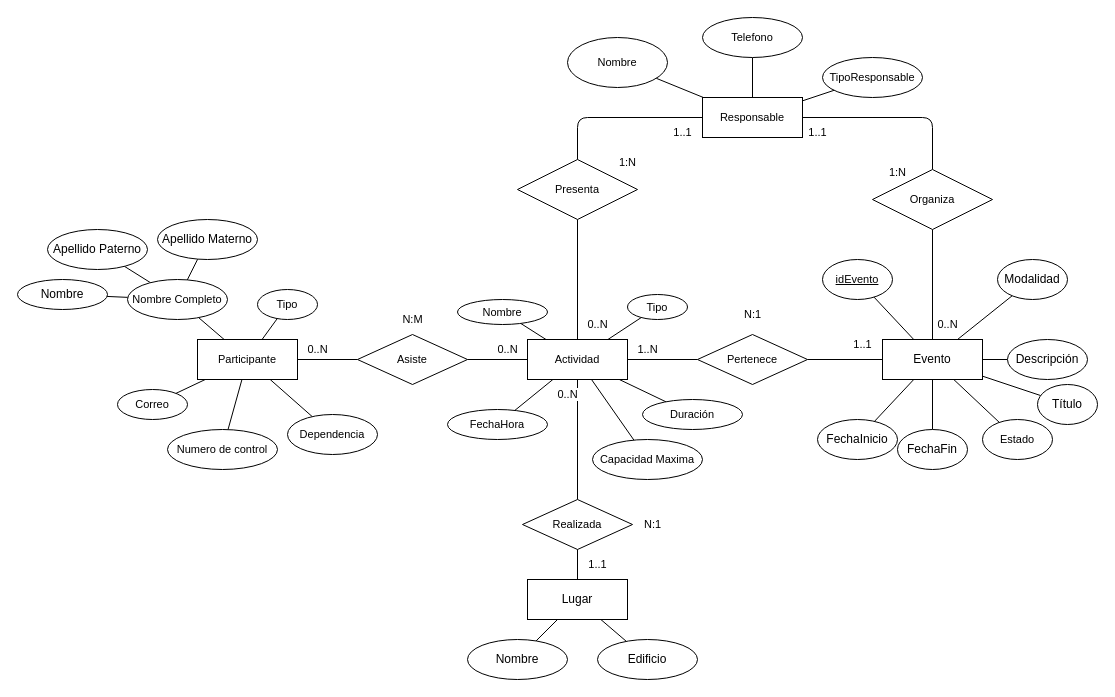
Earlier version of the draw.io diagram Diagramas_Entregables/Modelo E-R.drawio (JoseAguilar05/Proyecto-2-BDA). Source tidied: cells renumbered, new cells numbered last; positions are measured from the earlier drawing's top-left corner, leaving out a move shared by most shapes. Both pictures are drawn from the tidied source at 100%, with x=0, y=0 at pixel (17, 17).
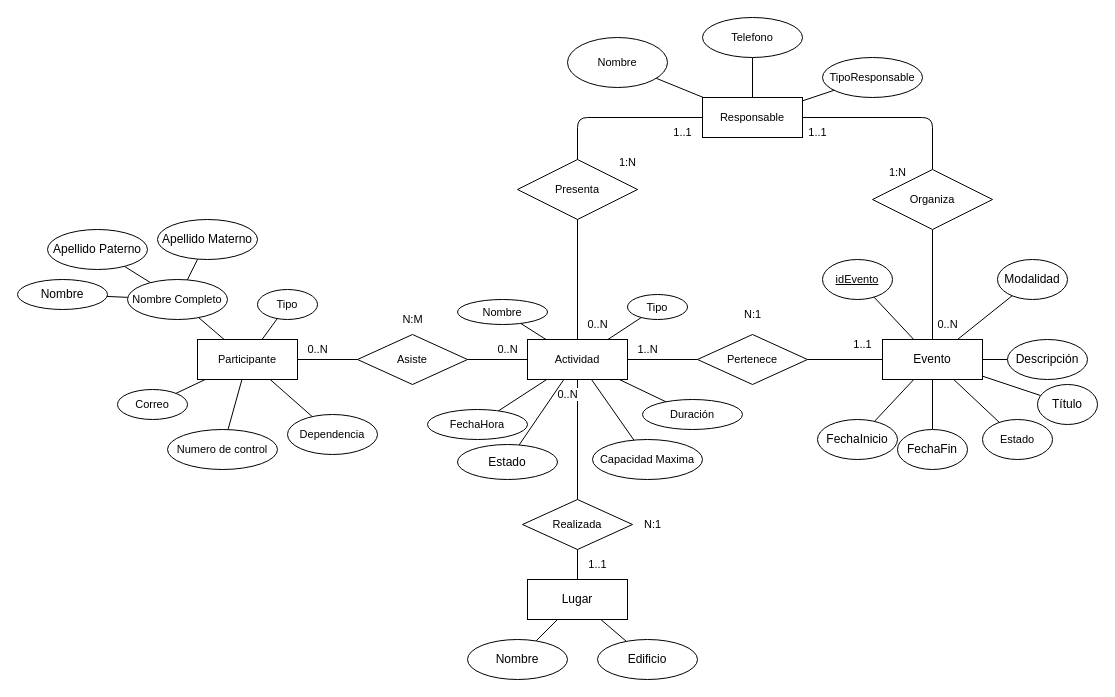
The same page after the edit.

The change refers to these unchanged cells:
```xml
<mxCell id="41" value="Actividad" style="whiteSpace=wrap;html=1;align=center;fontFamily=Helvetica;fontSize=11;fontColor=default;labelBackgroundColor=default;" parent="1" vertex="1">
  <mxGeometry x="510" y="322" width="100" height="40" as="geometry" />
</mxCell>
```

The edit, as a diff of the source:
```diff
@@
     <mxCell id="46" value="FechaHora" style="ellipse;whiteSpace=wrap;html=1;align=center;fontFamily=Helvetica;fontSize=11;fontColor=default;labelBackgroundColor=default;" parent="1" vertex="1">
-      <mxGeometry x="430" y="392" width="100" height="30" as="geometry" />
+      <mxGeometry x="410" y="392" width="100" height="30" as="geometry" />
     </mxCell>
@@
+    <mxCell id="87" style="edgeStyle=none;html=1;endArrow=none;endFill=0;" parent="1" edge="1" source="88" target="41">
+      <mxGeometry relative="1" as="geometry" />
+    </mxCell>
+    <mxCell id="88" value="Estado" style="ellipse;whiteSpace=wrap;html=1;align=center;" parent="1" vertex="1">
+      <mxGeometry x="440" y="427" width="100" height="35" as="geometry" />
+    </mxCell>
```
